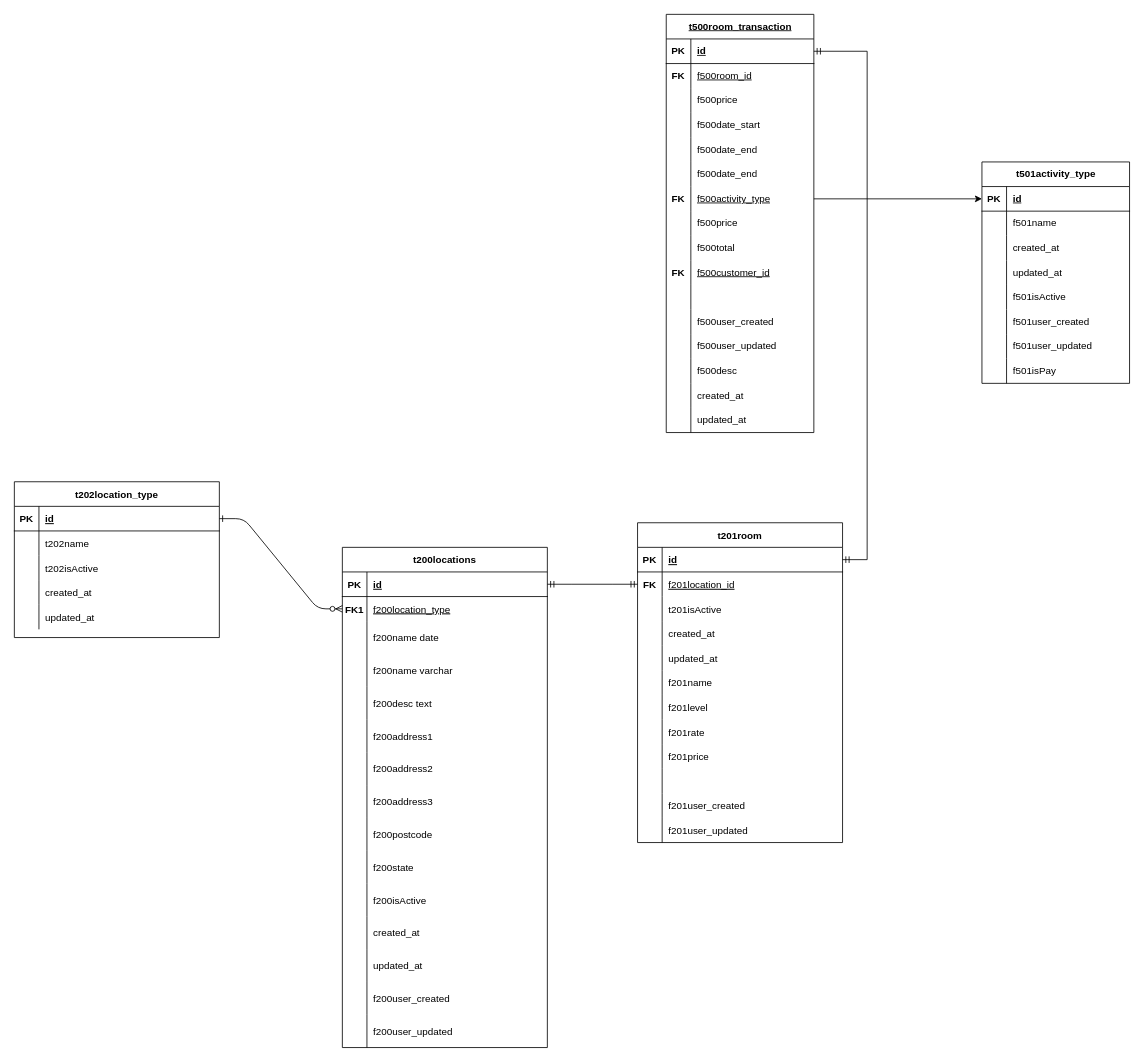
harishaikal940322/diagram keeps this draw.io diagram as page "Rental Activity" (1 of 3) of rentall_app.drawio. Above is the earlier version. Source tidied: cells renumbered, new cells numbered last; positions are measured from the earlier drawing's top-left corner, leaving out a move shared by most shapes. Both pictures are drawn from the tidied source at 82%, with x=0, y=0 at pixel (14, 14).
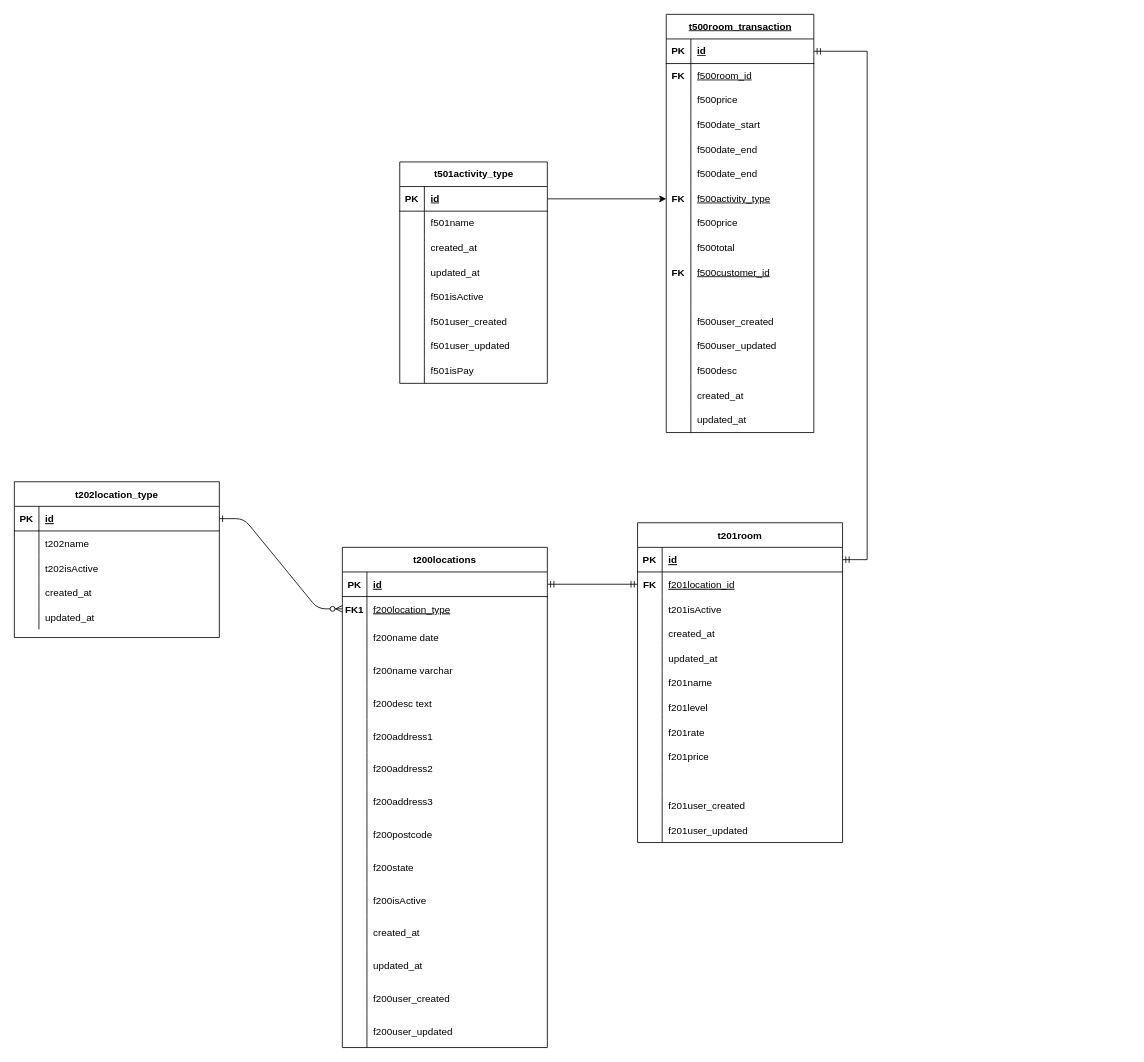
After the change.

Unchanged cells that the change refers to:
```xml
<mxCell id="121" style="shape=tableRow;horizontal=0;startSize=0;swimlaneHead=0;swimlaneBody=0;fillColor=none;points=[[0,0.5],[1,0.5]];portConstraint=eastwest;top=0;left=0;right=0;bottom=0;" parent="102" vertex="1">
  <mxGeometry y="210" width="180" height="30" as="geometry" />
</mxCell>
<mxCell id="154" style="shape=tableRow;horizontal=0;startSize=0;swimlaneHead=0;swimlaneBody=0;fillColor=none;points=[[0,0.5],[1,0.5]];portConstraint=eastwest;top=0;left=0;right=0;bottom=1;" parent="153" vertex="1">
  <mxGeometry y="30" width="180" height="30" as="geometry" />
</mxCell>
```

The edit, as a diff of the source:
```diff
@@
     <mxCell id="153" value="t501activity_type" style="shape=table;startSize=30;childLayout=tableLayout;rowLines=0;fontStyle=1;align=center;html=1;" parent="1" vertex="1">
-      <mxGeometry x="1180" y="180" width="180" height="270" as="geometry" />
+      <mxGeometry x="470" y="180" width="180" height="270" as="geometry" />
     </mxCell>
@@
-    <mxCell id="178" style="edgeStyle=orthogonalEdgeStyle;rounded=0;jettySize=auto;html=1;exitX=1;exitY=0.5;exitDx=0;exitDy=0;" parent="1" edge="1" source="121" target="154">
-      <mxGeometry relative="1" as="geometry" />
-    </mxCell>
+    <mxCell id="179" style="edgeStyle=orthogonalEdgeStyle;rounded=0;jettySize=auto;html=1;exitX=1;exitY=0.5;exitDx=0;exitDy=0;" parent="1" edge="1" source="154" target="121">
+      <mxGeometry relative="1" as="geometry" />
+    </mxCell>
```
